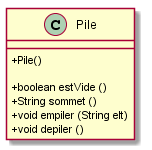
Above: POO/images/classePileInterface.png in IUT-Blagnac/POO (PlantUML), before the change. The source it was exported from:
```plantuml
@startuml
skinparam classAttributeIconSize 0

class Pile {
	+ Pile()

	+ boolean estVide ()
	+ String sommet ()
	+ void empiler (String elt)
	+ void depiler ()
}

@enduml
```
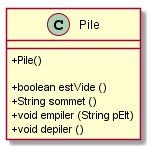
Later version of the same file.

Change to the diagram source:
```diff
@@ -6,7 +6,7 @@
 
 	+ boolean estVide ()
 	+ String sommet ()
-	+ void empiler (String elt)
+	+ void empiler (String pElt)
 	+ void depiler ()
 }
 
```
